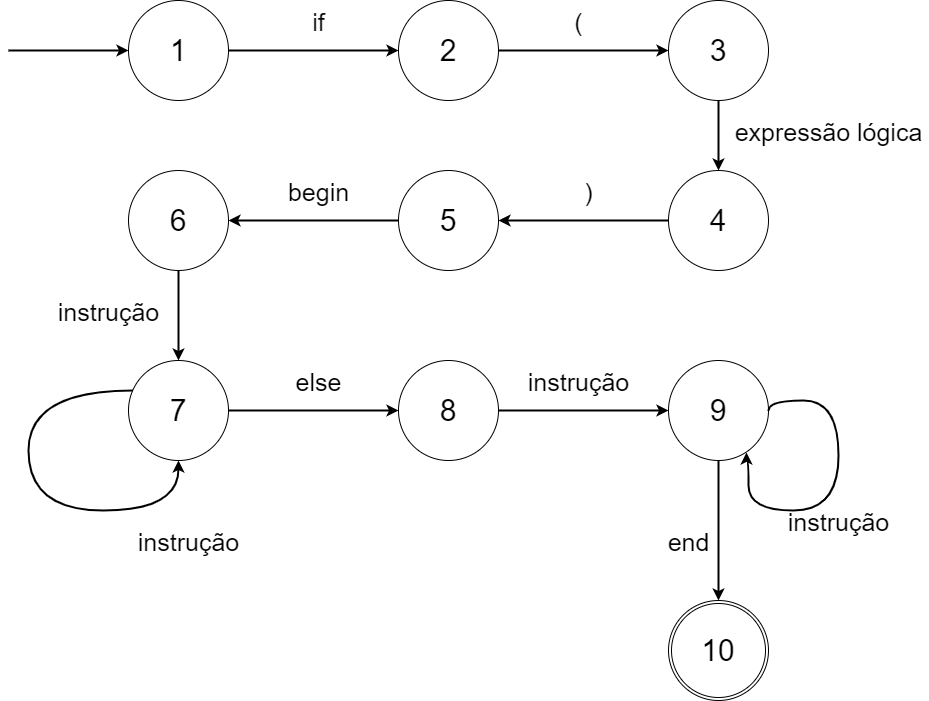
MLS13/unifei-compiladores keeps this draw.io diagram as imagens/automato_if_else.png. Above is the earlier version. Source tidied: cells renumbered, new cells last; positions are measured from the earlier drawing's top-left corner, leaving out a move shared by most shapes. Source of this version:
```xml
<mxGraphModel>
  <root>
    <mxCell id="0" />
    <mxCell id="1" parent="0" />
    <mxCell id="2" value="&lt;font style=&quot;font-size: 30px&quot;&gt;10&lt;br&gt;&lt;/font&gt;" style="ellipse;shape=doubleEllipse;margin=3;whiteSpace=wrap;html=1;align=center;" parent="1" vertex="1">
      <mxGeometry x="660" y="600" width="100" height="100" as="geometry" />
    </mxCell>
    <mxCell id="3" style="edgeStyle=orthogonalEdgeStyle;curved=1;jettySize=auto;html=1;exitX=1;exitY=0.5;exitDx=0;exitDy=0;entryX=0;entryY=0.5;entryDx=0;entryDy=0;fontSize=30;strokeWidth=2;" parent="1" edge="1" source="4" target="7">
      <mxGeometry relative="1" as="geometry" />
    </mxCell>
    <mxCell id="4" value="&lt;font style=&quot;font-size: 30px&quot;&gt;1&lt;/font&gt;" style="ellipse;whiteSpace=wrap;html=1;align=center;" parent="1" vertex="1">
      <mxGeometry x="120" width="100" height="100" as="geometry" />
    </mxCell>
    <mxCell id="5" style="endArrow=classic;html=1;rounded=1;fontSize=30;entryX=0;entryY=0.5;entryDx=0;entryDy=0;strokeWidth=2;" parent="1" edge="1" target="4">
      <mxGeometry relative="1" as="geometry">
        <mxPoint y="50" as="sourcePoint" />
      </mxGeometry>
    </mxCell>
    <mxCell id="6" style="edgeStyle=orthogonalEdgeStyle;curved=1;jettySize=auto;html=1;fontSize=25;strokeWidth=2;" parent="1" edge="1" source="7" target="14">
      <mxGeometry relative="1" as="geometry" />
    </mxCell>
    <mxCell id="7" value="&lt;font style=&quot;font-size: 30px&quot;&gt;2&lt;/font&gt;" style="ellipse;whiteSpace=wrap;html=1;align=center;" parent="1" vertex="1">
      <mxGeometry x="390" width="100" height="100" as="geometry" />
    </mxCell>
    <mxCell id="8" style="edgeStyle=orthogonalEdgeStyle;curved=1;jettySize=auto;html=1;entryX=0;entryY=0.5;entryDx=0;entryDy=0;fontSize=25;strokeWidth=2;" parent="1" edge="1" source="9" target="27">
      <mxGeometry relative="1" as="geometry" />
    </mxCell>
    <mxCell id="9" value="&lt;font style=&quot;font-size: 30px&quot;&gt;7&lt;br&gt;&lt;/font&gt;" style="ellipse;whiteSpace=wrap;html=1;align=center;" parent="1" vertex="1">
      <mxGeometry x="120" y="360" width="100" height="100" as="geometry" />
    </mxCell>
    <mxCell id="10" value="&lt;font style=&quot;font-size: 25px&quot;&gt;if&lt;/font&gt;" style="text;html=1;align=center;verticalAlign=middle;strokeColor=none;fillColor=none;fontSize=30;" parent="1" vertex="1">
      <mxGeometry x="295" width="30" height="40" as="geometry" />
    </mxCell>
    <mxCell id="11" value="&lt;font style=&quot;font-size: 25px&quot;&gt;expressão lógica&lt;/font&gt;" style="text;html=1;align=center;verticalAlign=middle;strokeColor=none;fillColor=none;fontSize=30;" parent="1" vertex="1">
      <mxGeometry x="720" y="110" width="200" height="40" as="geometry" />
    </mxCell>
    <mxCell id="12" value="&lt;font style=&quot;font-size: 25px&quot;&gt;instrução&lt;/font&gt;" style="text;html=1;align=center;verticalAlign=middle;strokeColor=none;fillColor=none;fontSize=30;" parent="1" vertex="1">
      <mxGeometry x="40" y="290" width="120" height="40" as="geometry" />
    </mxCell>
    <mxCell id="13" style="edgeStyle=orthogonalEdgeStyle;curved=1;jettySize=auto;html=1;exitX=0.5;exitY=1;exitDx=0;exitDy=0;entryX=0.5;entryY=0;entryDx=0;entryDy=0;fontSize=25;strokeWidth=2;" parent="1" edge="1" source="14" target="16">
      <mxGeometry relative="1" as="geometry" />
    </mxCell>
    <mxCell id="14" value="&lt;font style=&quot;font-size: 30px&quot;&gt;3&lt;/font&gt;" style="ellipse;whiteSpace=wrap;html=1;align=center;" parent="1" vertex="1">
      <mxGeometry x="660" width="100" height="100" as="geometry" />
    </mxCell>
    <mxCell id="15" style="edgeStyle=orthogonalEdgeStyle;curved=1;jettySize=auto;html=1;exitX=0;exitY=0.5;exitDx=0;exitDy=0;entryX=1;entryY=0.5;entryDx=0;entryDy=0;fontSize=25;strokeWidth=2;" parent="1" edge="1" source="16" target="19">
      <mxGeometry relative="1" as="geometry" />
    </mxCell>
    <mxCell id="16" value="&lt;font style=&quot;font-size: 30px&quot;&gt;4&lt;/font&gt;" style="ellipse;whiteSpace=wrap;html=1;align=center;" parent="1" vertex="1">
      <mxGeometry x="660" y="170" width="100" height="100" as="geometry" />
    </mxCell>
    <mxCell id="17" value="&lt;font style=&quot;font-size: 25px&quot;&gt;(&lt;/font&gt;" style="text;html=1;align=center;verticalAlign=middle;strokeColor=none;fillColor=none;fontSize=30;" parent="1" vertex="1">
      <mxGeometry x="560" width="20" height="40" as="geometry" />
    </mxCell>
    <mxCell id="18" style="edgeStyle=orthogonalEdgeStyle;curved=1;jettySize=auto;html=1;exitX=0;exitY=0.5;exitDx=0;exitDy=0;entryX=1;entryY=0.5;entryDx=0;entryDy=0;fontSize=25;strokeWidth=2;" parent="1" edge="1" source="19" target="22">
      <mxGeometry relative="1" as="geometry" />
    </mxCell>
    <mxCell id="19" value="&lt;font style=&quot;font-size: 30px&quot;&gt;5&lt;/font&gt;" style="ellipse;whiteSpace=wrap;html=1;align=center;" parent="1" vertex="1">
      <mxGeometry x="390" y="170" width="100" height="100" as="geometry" />
    </mxCell>
    <mxCell id="20" value="&lt;font style=&quot;font-size: 25px&quot;&gt;)&lt;/font&gt;" style="text;html=1;align=center;verticalAlign=middle;strokeColor=none;fillColor=none;fontSize=30;" parent="1" vertex="1">
      <mxGeometry x="570" y="170" width="20" height="40" as="geometry" />
    </mxCell>
    <mxCell id="21" style="edgeStyle=orthogonalEdgeStyle;curved=1;jettySize=auto;html=1;entryX=0.5;entryY=0;entryDx=0;entryDy=0;fontSize=25;strokeWidth=2;" parent="1" edge="1" source="22" target="9">
      <mxGeometry relative="1" as="geometry" />
    </mxCell>
    <mxCell id="22" value="&lt;font style=&quot;font-size: 30px&quot;&gt;6&lt;/font&gt;" style="ellipse;whiteSpace=wrap;html=1;align=center;" parent="1" vertex="1">
      <mxGeometry x="120" y="170" width="100" height="100" as="geometry" />
    </mxCell>
    <mxCell id="23" value="&lt;font style=&quot;font-size: 25px&quot;&gt;begin&lt;/font&gt;" style="text;html=1;align=center;verticalAlign=middle;strokeColor=none;fillColor=none;fontSize=30;" parent="1" vertex="1">
      <mxGeometry x="270" y="170" width="80" height="40" as="geometry" />
    </mxCell>
    <mxCell id="24" style="edgeStyle=orthogonalEdgeStyle;curved=1;orthogonalLoop=1;jettySize=auto;html=1;entryX=0.5;entryY=1;entryDx=0;entryDy=0;fontSize=25;strokeWidth=2;" parent="1" edge="1" source="9" target="9">
      <mxGeometry relative="1" as="geometry">
        <Array as="points">
          <mxPoint x="20" y="390" />
          <mxPoint x="20" y="510" />
          <mxPoint x="170" y="510" />
        </Array>
      </mxGeometry>
    </mxCell>
    <mxCell id="25" value="&lt;font style=&quot;font-size: 25px&quot;&gt;instrução&lt;/font&gt;" style="text;html=1;align=center;verticalAlign=middle;strokeColor=none;fillColor=none;fontSize=30;" parent="1" vertex="1">
      <mxGeometry x="120" y="520" width="120" height="40" as="geometry" />
    </mxCell>
    <mxCell id="26" style="edgeStyle=orthogonalEdgeStyle;curved=1;jettySize=auto;html=1;entryX=0;entryY=0.5;entryDx=0;entryDy=0;fontSize=25;strokeWidth=2;" parent="1" edge="1" source="27" target="30">
      <mxGeometry relative="1" as="geometry" />
    </mxCell>
    <mxCell id="27" value="&lt;font style=&quot;font-size: 30px&quot;&gt;8&lt;br&gt;&lt;/font&gt;" style="ellipse;whiteSpace=wrap;html=1;align=center;" parent="1" vertex="1">
      <mxGeometry x="390" y="360" width="100" height="100" as="geometry" />
    </mxCell>
    <mxCell id="28" value="&lt;font style=&quot;font-size: 25px&quot;&gt;else&lt;/font&gt;" style="text;html=1;align=center;verticalAlign=middle;strokeColor=none;fillColor=none;fontSize=30;" parent="1" vertex="1">
      <mxGeometry x="280" y="360" width="60" height="40" as="geometry" />
    </mxCell>
    <mxCell id="29" style="edgeStyle=orthogonalEdgeStyle;curved=1;jettySize=auto;html=1;fontSize=25;strokeWidth=2;" parent="1" edge="1" source="30" target="2">
      <mxGeometry relative="1" as="geometry" />
    </mxCell>
    <mxCell id="30" value="&lt;font style=&quot;font-size: 30px&quot;&gt;9&lt;br&gt;&lt;/font&gt;" style="ellipse;whiteSpace=wrap;html=1;align=center;" parent="1" vertex="1">
      <mxGeometry x="660" y="360" width="100" height="100" as="geometry" />
    </mxCell>
    <mxCell id="31" value="&lt;font style=&quot;font-size: 25px&quot;&gt;instrução&lt;/font&gt;" style="text;html=1;align=center;verticalAlign=middle;strokeColor=none;fillColor=none;fontSize=30;" parent="1" vertex="1">
      <mxGeometry x="510" y="360" width="120" height="40" as="geometry" />
    </mxCell>
    <mxCell id="32" style="edgeStyle=orthogonalEdgeStyle;curved=1;orthogonalLoop=1;jettySize=auto;html=1;entryX=0.78;entryY=0.92;entryDx=0;entryDy=0;fontSize=25;strokeWidth=2;exitX=1;exitY=0.5;exitDx=0;exitDy=0;entryPerimeter=0;" parent="1" edge="1" source="30" target="30">
      <mxGeometry relative="1" as="geometry">
        <Array as="points">
          <mxPoint x="760" y="400" />
          <mxPoint x="830" y="400" />
          <mxPoint x="830" y="510" />
          <mxPoint x="740" y="510" />
          <mxPoint x="740" y="460" />
          <mxPoint x="738" y="460" />
        </Array>
      </mxGeometry>
    </mxCell>
    <mxCell id="33" value="&lt;font style=&quot;font-size: 25px&quot;&gt;instrução&lt;/font&gt;" style="text;html=1;align=center;verticalAlign=middle;strokeColor=none;fillColor=none;fontSize=30;" parent="1" vertex="1">
      <mxGeometry x="770" y="500" width="120" height="40" as="geometry" />
    </mxCell>
    <mxCell id="34" value="&lt;font style=&quot;font-size: 25px&quot;&gt;end&lt;/font&gt;" style="text;html=1;align=center;verticalAlign=middle;strokeColor=none;fillColor=none;fontSize=30;" parent="1" vertex="1">
      <mxGeometry x="650" y="520" width="60" height="40" as="geometry" />
    </mxCell>
  </root>
</mxGraphModel>
```
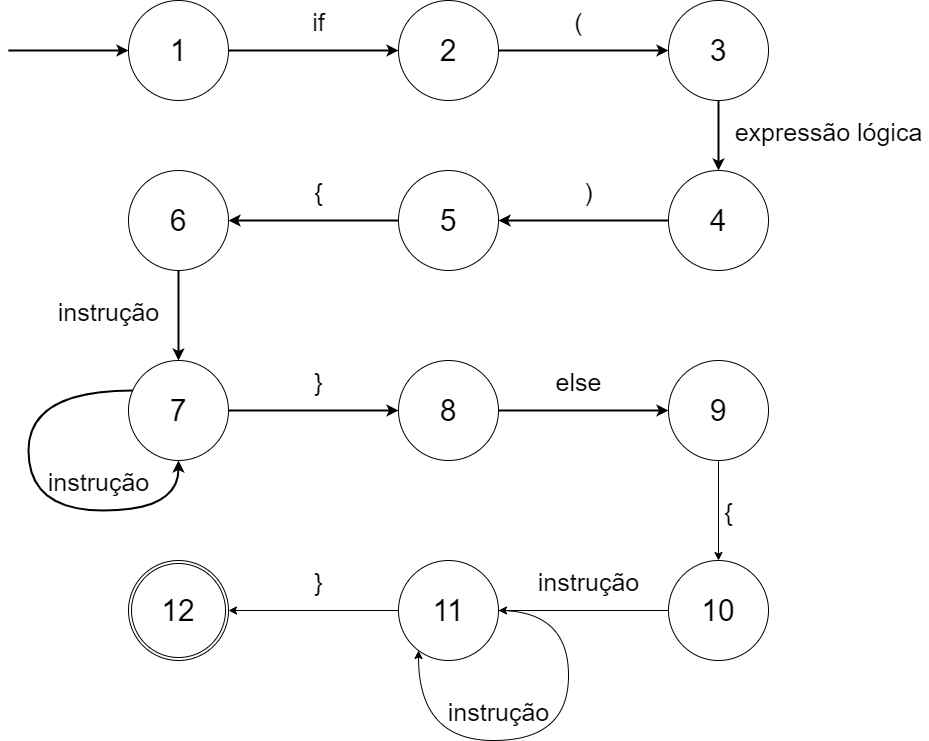
Later version of the same file.

The edit, as a diff of the source:
```diff
@@ -2,8 +2,14 @@
   <root>
     <mxCell id="0" />
     <mxCell id="1" parent="0" />
+    <mxCell id="35" style="edgeStyle=orthogonalEdgeStyle;rounded=0;jettySize=auto;html=1;fontSize=18;" parent="1" edge="1" source="30" target="41">
+      <mxGeometry relative="1" as="geometry" />
+    </mxCell>
+    <mxCell id="30" value="&lt;font style=&quot;font-size: 30px&quot;&gt;10&lt;br&gt;&lt;/font&gt;" style="ellipse;whiteSpace=wrap;html=1;align=center;" parent="1" vertex="1">
+      <mxGeometry x="660" y="560" width="100" height="100" as="geometry" />
+    </mxCell>
-    <mxCell id="2" value="&lt;font style=&quot;font-size: 30px&quot;&gt;10&lt;br&gt;&lt;/font&gt;" style="ellipse;shape=doubleEllipse;margin=3;whiteSpace=wrap;html=1;align=center;" parent="1" vertex="1">
-      <mxGeometry x="660" y="600" width="100" height="100" as="geometry" />
+    <mxCell id="2" value="&lt;font style=&quot;font-size: 30px&quot;&gt;12&lt;br&gt;&lt;/font&gt;" style="ellipse;shape=doubleEllipse;margin=3;whiteSpace=wrap;html=1;align=center;" parent="1" vertex="1">
+      <mxGeometry x="120" y="560" width="100" height="100" as="geometry" />
     </mxCell>
     <mxCell id="3" style="edgeStyle=orthogonalEdgeStyle;curved=1;jettySize=auto;html=1;exitX=1;exitY=0.5;exitDx=0;exitDy=0;entryX=0;entryY=0.5;entryDx=0;entryDy=0;fontSize=30;strokeWidth=2;" parent="1" edge="1" source="4" target="7">
       <mxGeometry relative="1" as="geometry" />
@@ -67,8 +73,8 @@
     <mxCell id="22" value="&lt;font style=&quot;font-size: 30px&quot;&gt;6&lt;/font&gt;" style="ellipse;whiteSpace=wrap;html=1;align=center;" parent="1" vertex="1">
       <mxGeometry x="120" y="170" width="100" height="100" as="geometry" />
     </mxCell>
-    <mxCell id="23" value="&lt;font style=&quot;font-size: 25px&quot;&gt;begin&lt;/font&gt;" style="text;html=1;align=center;verticalAlign=middle;strokeColor=none;fillColor=none;fontSize=30;" parent="1" vertex="1">
-      <mxGeometry x="270" y="170" width="80" height="40" as="geometry" />
+    <mxCell id="23" value="&lt;span style=&quot;font-size: 25px&quot;&gt;{&lt;/span&gt;" style="text;html=1;align=center;verticalAlign=middle;strokeColor=none;fillColor=none;fontSize=30;" parent="1" vertex="1">
+      <mxGeometry x="300" y="170" width="20" height="40" as="geometry" />
     </mxCell>
     <mxCell id="24" style="edgeStyle=orthogonalEdgeStyle;curved=1;orthogonalLoop=1;jettySize=auto;html=1;entryX=0.5;entryY=1;entryDx=0;entryDy=0;fontSize=25;strokeWidth=2;" parent="1" edge="1" source="9" target="9">
       <mxGeometry relative="1" as="geometry">
@@ -80,43 +86,52 @@
       </mxGeometry>
     </mxCell>
     <mxCell id="25" value="&lt;font style=&quot;font-size: 25px&quot;&gt;instrução&lt;/font&gt;" style="text;html=1;align=center;verticalAlign=middle;strokeColor=none;fillColor=none;fontSize=30;" parent="1" vertex="1">
-      <mxGeometry x="120" y="520" width="120" height="40" as="geometry" />
+      <mxGeometry x="30" y="460" width="120" height="40" as="geometry" />
     </mxCell>
-    <mxCell id="26" style="edgeStyle=orthogonalEdgeStyle;curved=1;jettySize=auto;html=1;entryX=0;entryY=0.5;entryDx=0;entryDy=0;fontSize=25;strokeWidth=2;" parent="1" edge="1" source="27" target="30">
+    <mxCell id="26" style="edgeStyle=orthogonalEdgeStyle;curved=1;jettySize=auto;html=1;entryX=0;entryY=0.5;entryDx=0;entryDy=0;fontSize=25;strokeWidth=2;" parent="1" edge="1" source="27" target="37">
       <mxGeometry relative="1" as="geometry" />
     </mxCell>
     <mxCell id="27" value="&lt;font style=&quot;font-size: 30px&quot;&gt;8&lt;br&gt;&lt;/font&gt;" style="ellipse;whiteSpace=wrap;html=1;align=center;" parent="1" vertex="1">
       <mxGeometry x="390" y="360" width="100" height="100" as="geometry" />
     </mxCell>
-    <mxCell id="28" value="&lt;font style=&quot;font-size: 25px&quot;&gt;else&lt;/font&gt;" style="text;html=1;align=center;verticalAlign=middle;strokeColor=none;fillColor=none;fontSize=30;" parent="1" vertex="1">
-      <mxGeometry x="280" y="360" width="60" height="40" as="geometry" />
+    <mxCell id="28" value="&lt;font style=&quot;font-size: 25px&quot;&gt;}&lt;/font&gt;" style="text;html=1;align=center;verticalAlign=middle;strokeColor=none;fillColor=none;fontSize=30;" parent="1" vertex="1">
+      <mxGeometry x="300" y="360" width="20" height="40" as="geometry" />
     </mxCell>
-    <mxCell id="29" style="edgeStyle=orthogonalEdgeStyle;curved=1;jettySize=auto;html=1;fontSize=25;strokeWidth=2;" parent="1" edge="1" source="30" target="2">
-      <mxGeometry relative="1" as="geometry" />
-    </mxCell>
-    <mxCell id="30" value="&lt;font style=&quot;font-size: 30px&quot;&gt;9&lt;br&gt;&lt;/font&gt;" style="ellipse;whiteSpace=wrap;html=1;align=center;" parent="1" vertex="1">
-      <mxGeometry x="660" y="360" width="100" height="100" as="geometry" />
-    </mxCell>
-    <mxCell id="31" value="&lt;font style=&quot;font-size: 25px&quot;&gt;instrução&lt;/font&gt;" style="text;html=1;align=center;verticalAlign=middle;strokeColor=none;fillColor=none;fontSize=30;" parent="1" vertex="1">
-      <mxGeometry x="510" y="360" width="120" height="40" as="geometry" />
+    <mxCell id="31" value="&lt;font style=&quot;font-size: 25px&quot;&gt;else&lt;/font&gt;" style="text;html=1;align=center;verticalAlign=middle;strokeColor=none;fillColor=none;fontSize=30;" parent="1" vertex="1">
+      <mxGeometry x="540" y="360" width="60" height="40" as="geometry" />
     </mxCell>
-    <mxCell id="32" style="edgeStyle=orthogonalEdgeStyle;curved=1;orthogonalLoop=1;jettySize=auto;html=1;entryX=0.78;entryY=0.92;entryDx=0;entryDy=0;fontSize=25;strokeWidth=2;exitX=1;exitY=0.5;exitDx=0;exitDy=0;entryPerimeter=0;" parent="1" edge="1" source="30" target="30">
-      <mxGeometry relative="1" as="geometry">
-        <Array as="points">
-          <mxPoint x="760" y="400" />
-          <mxPoint x="830" y="400" />
-          <mxPoint x="830" y="510" />
-          <mxPoint x="740" y="510" />
-          <mxPoint x="740" y="460" />
-          <mxPoint x="738" y="460" />
-        </Array>
-      </mxGeometry>
-    </mxCell>
     <mxCell id="33" value="&lt;font style=&quot;font-size: 25px&quot;&gt;instrução&lt;/font&gt;" style="text;html=1;align=center;verticalAlign=middle;strokeColor=none;fillColor=none;fontSize=30;" parent="1" vertex="1">
-      <mxGeometry x="770" y="500" width="120" height="40" as="geometry" />
+      <mxGeometry x="430" y="690" width="120" height="40" as="geometry" />
     </mxCell>
-    <mxCell id="34" value="&lt;font style=&quot;font-size: 25px&quot;&gt;end&lt;/font&gt;" style="text;html=1;align=center;verticalAlign=middle;strokeColor=none;fillColor=none;fontSize=30;" parent="1" vertex="1">
-      <mxGeometry x="650" y="520" width="60" height="40" as="geometry" />
-    </mxCell>
+    <mxCell id="36" style="edgeStyle=orthogonalEdgeStyle;rounded=0;jettySize=auto;html=1;exitX=0.5;exitY=1;exitDx=0;exitDy=0;entryX=0.5;entryY=0;entryDx=0;entryDy=0;fontSize=18;" parent="1" edge="1" source="37" target="30">
+      <mxGeometry relative="1" as="geometry" />
+    </mxCell>
+    <mxCell id="37" value="&lt;font style=&quot;font-size: 30px&quot;&gt;9&lt;br&gt;&lt;/font&gt;" style="ellipse;whiteSpace=wrap;html=1;align=center;" parent="1" vertex="1">
+      <mxGeometry x="660" y="360" width="100" height="100" as="geometry" />
+    </mxCell>
+    <mxCell id="38" value="&lt;font style=&quot;font-size: 25px&quot;&gt;{&lt;/font&gt;" style="text;html=1;align=center;verticalAlign=middle;strokeColor=none;fillColor=none;fontSize=30;" parent="1" vertex="1">
+      <mxGeometry x="710" y="490" width="20" height="40" as="geometry" />
+    </mxCell>
+    <mxCell id="39" value="&lt;font style=&quot;font-size: 25px&quot;&gt;}&lt;/font&gt;" style="text;html=1;align=center;verticalAlign=middle;strokeColor=none;fillColor=none;fontSize=30;" parent="1" vertex="1">
+      <mxGeometry x="300" y="560" width="20" height="40" as="geometry" />
+    </mxCell>
+    <mxCell id="40" style="edgeStyle=orthogonalEdgeStyle;rounded=0;jettySize=auto;html=1;entryX=1;entryY=0.5;entryDx=0;entryDy=0;fontSize=18;" parent="1" edge="1" source="41" target="2">
+      <mxGeometry relative="1" as="geometry" />
+    </mxCell>
+    <mxCell id="41" value="&lt;font style=&quot;font-size: 30px&quot;&gt;11&lt;br&gt;&lt;/font&gt;" style="ellipse;whiteSpace=wrap;html=1;align=center;" parent="1" vertex="1">
+      <mxGeometry x="390" y="560" width="100" height="100" as="geometry" />
+    </mxCell>
+    <mxCell id="42" value="&lt;font style=&quot;font-size: 25px&quot;&gt;instrução&lt;/font&gt;" style="text;html=1;align=center;verticalAlign=middle;strokeColor=none;fillColor=none;fontSize=30;" parent="1" vertex="1">
+      <mxGeometry x="520" y="560" width="120" height="40" as="geometry" />
+    </mxCell>
+    <mxCell id="43" style="edgeStyle=orthogonalEdgeStyle;orthogonalLoop=1;jettySize=auto;html=1;exitX=1;exitY=0.5;exitDx=0;exitDy=0;fontSize=18;curved=1;" parent="1" edge="1" source="41" target="41">
+      <mxGeometry relative="1" as="geometry">
+        <Array as="points">
+          <mxPoint x="560" y="610" />
+          <mxPoint x="560" y="740" />
+          <mxPoint x="410" y="740" />
+        </Array>
+      </mxGeometry>
+    </mxCell>
   </root>
 </mxGraphModel>
```
